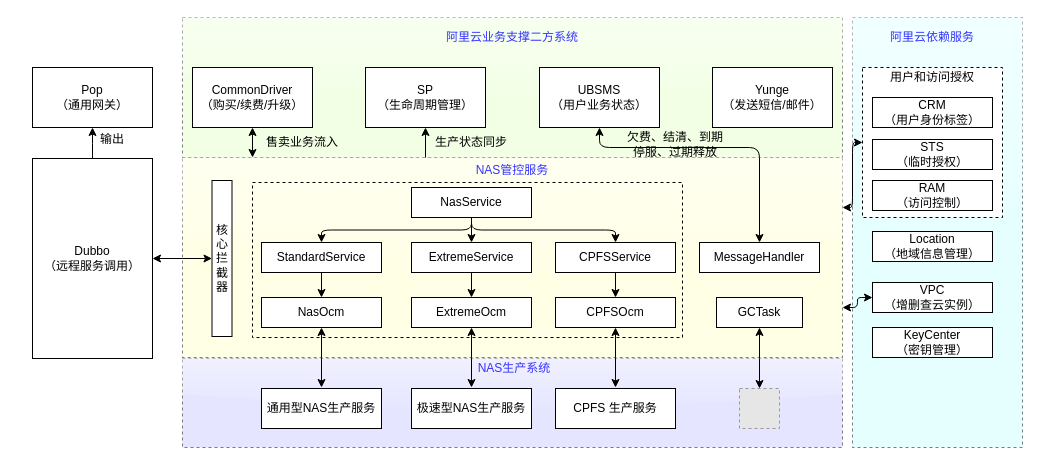
This is NAS瑶池系统架构.drawio from guhanjie/draws, a draw.io file, before an edit. Source tidied: cells renumbered, new cells numbered last; positions are measured from the earlier drawing's top-left corner, leaving out a move shared by most shapes. Both pictures are drawn from the tidied source at 100%, with x=0, y=0 at pixel (32, 17). Pictures stored in the file or linked from it are replaced by grey dashed boxes.
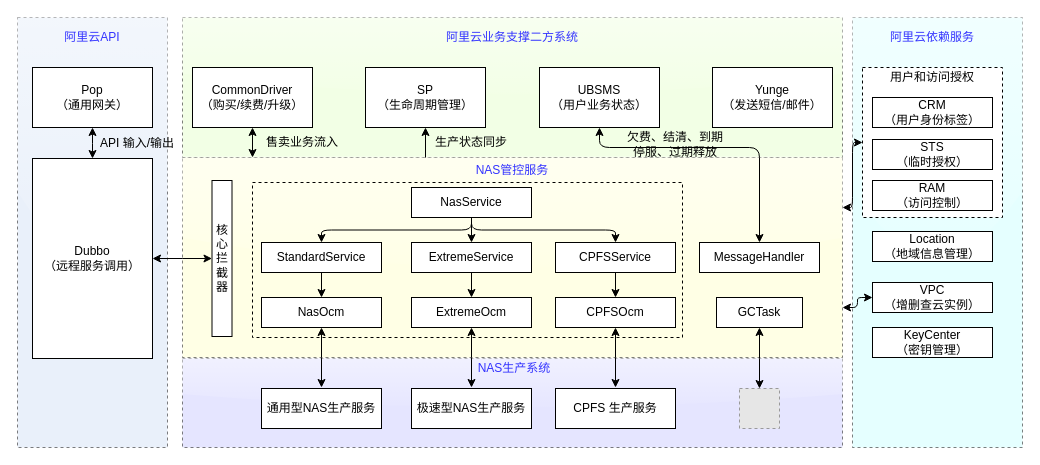
The same diagram, later.

Commit message:
更新NAS瑶池系统架构.drawio

Unchanged cells that the change refers to:
```xml
<mxCell id="34" value="Dubbo&lt;br&gt;（远程服务调用）&lt;br&gt;" style="rounded=0;whiteSpace=wrap;html=1;" parent="1" vertex="1">
  <mxGeometry y="141" width="120" height="200" as="geometry" />
</mxCell>
<mxCell id="49" value="Pop&lt;br&gt;（通用网关）&lt;br&gt;" style="rounded=0;whiteSpace=wrap;html=1;flipH=0;" parent="1" vertex="1">
  <mxGeometry y="50" width="120" height="60" as="geometry" />
</mxCell>
```

Diff of the diagram source:
```diff
@@
+    <mxCell id="60" style="rounded=0;whiteSpace=wrap;html=1;dashed=1;fillColor=#D4E1F5;glass=1;comic=0;opacity=50;" parent="1" vertex="1">
+      <mxGeometry x="-15" width="150" height="430" as="geometry" />
+    </mxCell>
@@
-    <mxCell id="33" style="edgeStyle=elbowEdgeStyle;rounded=0;jettySize=auto;elbow=vertical;html=1;exitX=0.5;exitY=0;exitDx=0;exitDy=0;entryX=0.5;entryY=1;entryDx=0;entryDy=0;startArrow=none;startFill=0;endArrow=classic;endFill=1;" parent="1" edge="1" source="34" target="49">
+    <mxCell id="33" style="edgeStyle=elbowEdgeStyle;rounded=0;jettySize=auto;elbow=vertical;html=1;exitX=0.5;exitY=0;exitDx=0;exitDy=0;entryX=0.5;entryY=1;entryDx=0;entryDy=0;startArrow=classic;startFill=1;endArrow=classic;endFill=1;" parent="1" edge="1" source="34" target="49">
       <mxGeometry relative="1" as="geometry" />
     </mxCell>
@@
-    <mxCell id="55" value="输出" style="text;html=1;strokeColor=none;fillColor=none;align=center;verticalAlign=middle;whiteSpace=wrap;rounded=0;dashed=1;" parent="1" vertex="1">
-      <mxGeometry x="60" y="112" width="40" height="20" as="geometry" />
+    <mxCell id="55" value="API 输入/输出" style="text;html=1;strokeColor=none;fillColor=none;align=center;verticalAlign=middle;whiteSpace=wrap;rounded=0;dashed=1;" parent="1" vertex="1">
+      <mxGeometry x="60" y="116" width="90" height="20" as="geometry" />
     </mxCell>
@@
+    <mxCell id="61" value="阿里云API" style="text;html=1;strokeColor=none;fillColor=none;align=center;verticalAlign=middle;whiteSpace=wrap;rounded=0;glass=1;dashed=1;comic=0;opacity=50;fontColor=#3333FF;" parent="1" vertex="1">
+      <mxGeometry x="-5" y="10" width="130" height="20" as="geometry" />
+    </mxCell>
```
